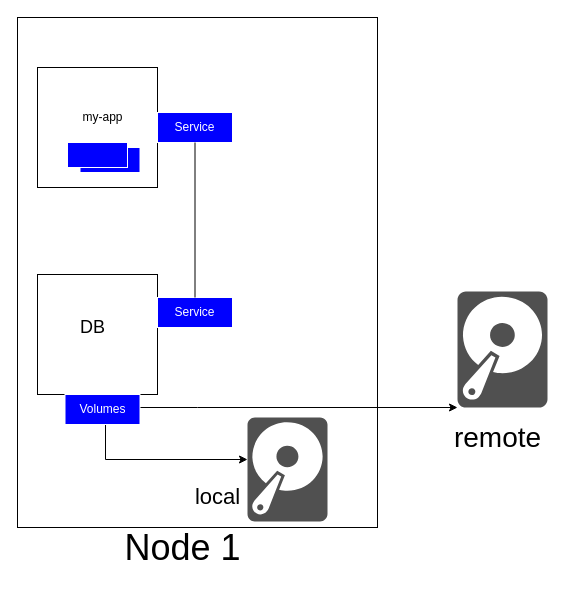
Above: page "Volumes" (6 of 12) of Kubernetes.drawio in BachlChrisi/kubernetes-presentation (draw.io), before the change. Source tidied: cells renumbered, new cells numbered last; positions are measured from the earlier drawing's top-left corner, leaving out a move shared by most shapes. Both pictures are drawn from the tidied source at 100%, with x=0, y=0 at pixel (17, 17).
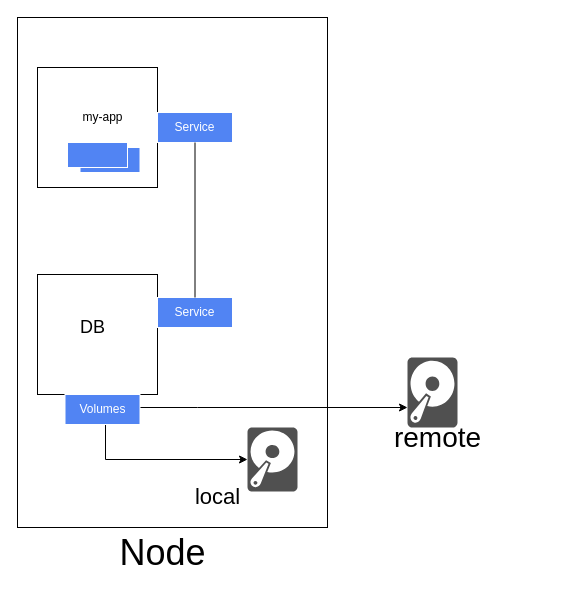
After the change.

Change to the diagram source:
```diff
@@
     <mxCell id="2" style="rounded=0;whiteSpace=wrap;html=1;" parent="1" vertex="1">
-      <mxGeometry width="360" height="510" as="geometry" />
+      <mxGeometry width="310" height="510" as="geometry" />
     </mxCell>
-    <mxCell id="3" value="&lt;font style=&quot;font-size: 36px&quot;&gt;Node 1&lt;/font&gt;" style="text;html=1;align=center;verticalAlign=middle;" parent="1" vertex="1">
-      <mxGeometry x="100" y="515" width="130" height="30" as="geometry" />
+    <mxCell id="3" value="&lt;font style=&quot;font-size: 36px&quot;&gt;Node&lt;/font&gt;" style="text;html=1;align=center;verticalAlign=middle;" parent="1" vertex="1">
+      <mxGeometry x="95" y="520" width="100" height="30" as="geometry" />
     </mxCell>
@@
-    <mxCell id="8" value="&lt;font color=&quot;#ffffff&quot;&gt;Service&lt;/font&gt;" style="rounded=0;whiteSpace=wrap;html=1;fillColor=#0000FF;strokeColor=#FFFFFF;" parent="1" vertex="1">
+    <mxCell id="8" value="&lt;font color=&quot;#ffffff&quot;&gt;Service&lt;/font&gt;" style="rounded=0;whiteSpace=wrap;html=1;strokeColor=#FFFFFF;fillColor=#5184F3;" parent="1" vertex="1">
       <mxGeometry x="140" y="280" width="75" height="30" as="geometry" />
     </mxCell>
-    <mxCell id="9" value="&lt;font color=&quot;#ffffff&quot;&gt;Service&lt;/font&gt;" style="rounded=0;whiteSpace=wrap;html=1;fillColor=#0000FF;strokeColor=#FFFFFF;" parent="1" vertex="1">
+    <mxCell id="9" value="&lt;font color=&quot;#ffffff&quot;&gt;Service&lt;/font&gt;" style="rounded=0;whiteSpace=wrap;html=1;strokeColor=#FFFFFF;fillColor=#5184F3;" parent="1" vertex="1">
       <mxGeometry x="140" y="95" width="75" height="30" as="geometry" />
     </mxCell>
@@
-    <mxCell id="11" style="rounded=0;whiteSpace=wrap;html=1;strokeColor=#FFFFFF;fillColor=#0000FF;" parent="1" vertex="1">
+    <mxCell id="11" style="rounded=0;whiteSpace=wrap;html=1;strokeColor=#FFFFFF;fillColor=#5184F3;" parent="1" vertex="1">
       <mxGeometry x="62.5" y="130" width="60" height="25" as="geometry" />
     </mxCell>
-    <mxCell id="12" style="rounded=0;whiteSpace=wrap;html=1;strokeColor=#FFFFFF;fillColor=#0000FF;" parent="1" vertex="1">
+    <mxCell id="12" style="rounded=0;whiteSpace=wrap;html=1;strokeColor=#FFFFFF;fillColor=#5184F3;" parent="1" vertex="1">
       <mxGeometry x="50" y="125" width="60" height="25" as="geometry" />
     </mxCell>
@@
-    <mxCell id="15" value="&lt;font color=&quot;#ffffff&quot;&gt;Volumes&lt;/font&gt;" style="rounded=0;whiteSpace=wrap;html=1;fillColor=#0000FF;strokeColor=#FFFFFF;" parent="1" vertex="1">
+    <mxCell id="15" value="&lt;font color=&quot;#ffffff&quot;&gt;Volumes&lt;/font&gt;" style="rounded=0;whiteSpace=wrap;html=1;strokeColor=#FFFFFF;fillColor=#5184F3;" parent="1" vertex="1">
       <mxGeometry x="47.5" y="377" width="75" height="30" as="geometry" />
     </mxCell>
     <mxCell id="16" style="shadow=0;dashed=0;html=1;strokeColor=none;fillColor=#505050;labelPosition=center;verticalLabelPosition=bottom;verticalAlign=top;outlineConnect=0;align=center;shape=mxgraph.office.devices.hard_disk;" parent="1" vertex="1">
-      <mxGeometry x="230" y="400" width="80" height="104" as="geometry" />
+      <mxGeometry x="230" y="410" width="50" height="64" as="geometry" />
     </mxCell>
@@
     <mxCell id="18" style="shadow=0;dashed=0;html=1;strokeColor=none;fillColor=#505050;labelPosition=center;verticalLabelPosition=bottom;verticalAlign=top;outlineConnect=0;align=center;shape=mxgraph.office.devices.hard_disk;" parent="1" vertex="1">
-      <mxGeometry x="440" y="274" width="90" height="116" as="geometry" />
+      <mxGeometry x="390" y="340" width="50" height="70" as="geometry" />
     </mxCell>
     <mxCell id="19" value="&lt;font style=&quot;font-size: 28px&quot;&gt;remote&lt;/font&gt;" style="text;html=1;align=center;verticalAlign=middle;" parent="1" vertex="1">
-      <mxGeometry x="430" y="410" width="100" height="20" as="geometry" />
+      <mxGeometry x="370" y="410" width="100" height="20" as="geometry" />
     </mxCell>
```
